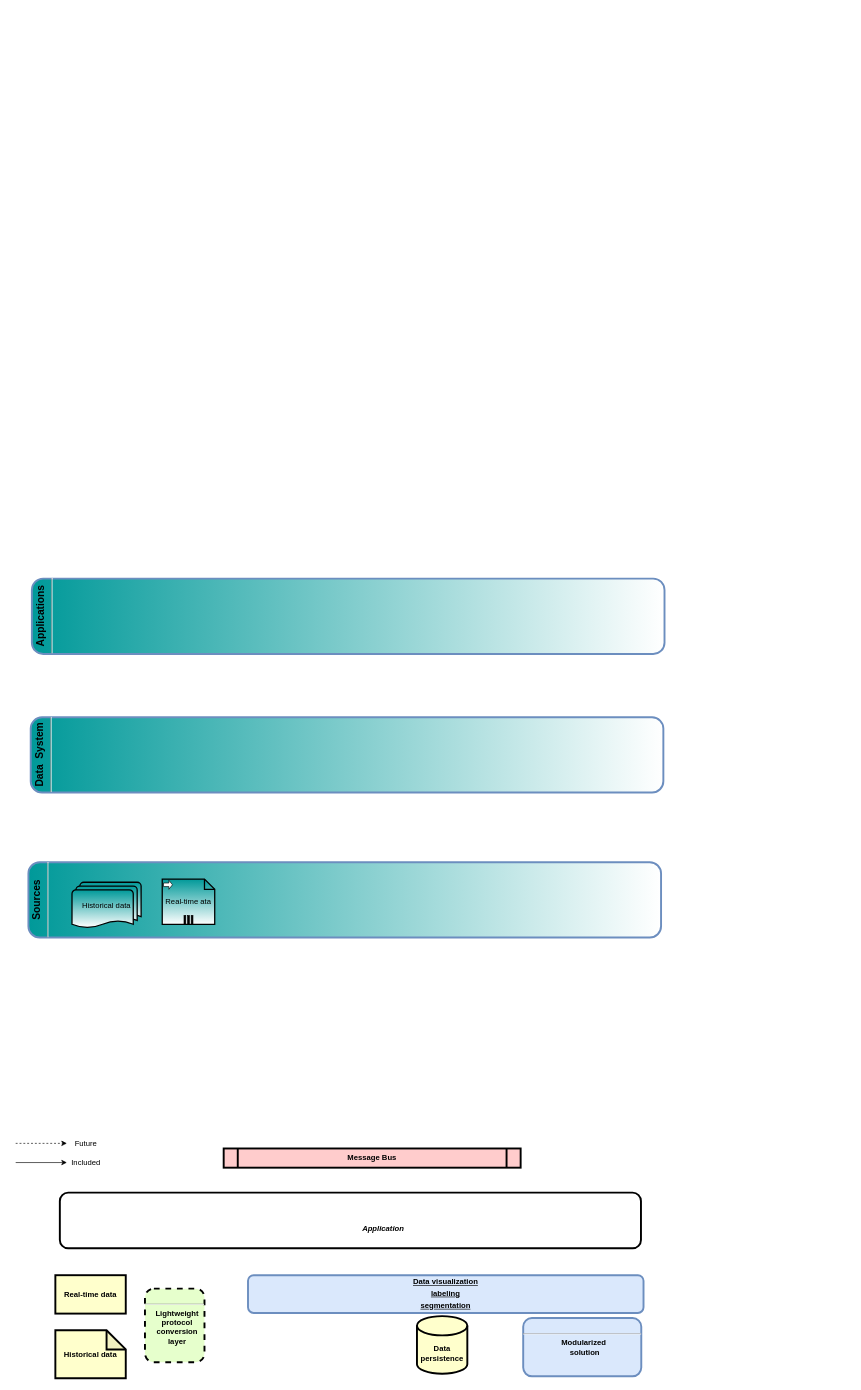
The draw.io diagram enhanced-data-flow.drawio in licongchao/Customized-Charts, before the edit. Source tidied: cells renumbered, new cells numbered last; positions are measured from the earlier drawing's top-left corner, leaving out a move shared by most shapes. Both pictures are drawn from the tidied source at 64%, with x=0, y=0 at pixel (15, 300).
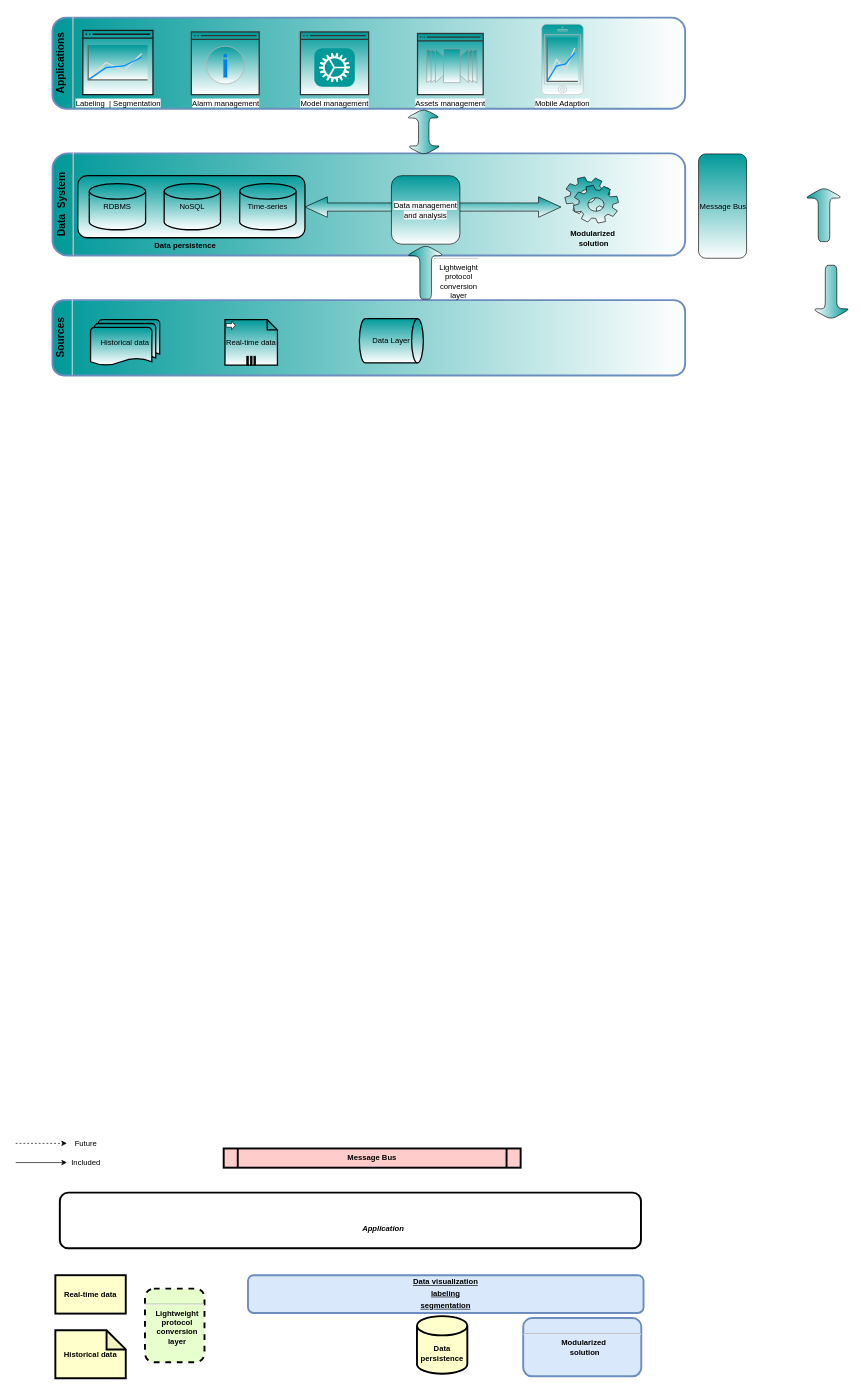
Above is the later version.

The edit, as a diff of the source:
```diff
@@
     <mxCell id="17" style="group;" parent="1" vertex="1">
-      <mxGeometry x="63" y="430" width="907.8" height="572" as="geometry" />
+      <mxGeometry x="97" y="-451" width="981.5" height="997" as="geometry" />
     </mxCell>
+    <mxCell id="19" value="&lt;p style=&quot;margin: 4px 0px 0px ; text-align: center ; font-size: 16px&quot;&gt;&lt;strong&gt;&lt;font style=&quot;font-size: 16px&quot;&gt;Data&amp;nbsp; System&lt;/font&gt;&lt;/strong&gt;&lt;/p&gt;&lt;hr style=&quot;font-size: 16px&quot;&gt;&lt;p style=&quot;margin: 0px 0px 0px 8px ; font-size: 16px&quot;&gt;&lt;br&gt;&lt;/p&gt;" style="verticalAlign=middle;align=center;overflow=fill;fontSize=12;fontFamily=Helvetica;html=1;rounded=1;fontStyle=1;strokeWidth=3;strokeColor=#6c8ebf;direction=west;rotation=-90;fillColor=#009999;gradientColor=#ffffff;gradientDirection=north;" parent="17" vertex="1">
+      <mxGeometry x="375" y="-192.3" width="159.7" height="988.5" as="geometry" />
+    </mxCell>
+    <mxCell id="21" style="endArrow=classic;startArrow=classic;html=1;strokeWidth=2;strokeColor=none;" parent="17" edge="1" source="20" target="18">
+      <mxGeometry relative="1" as="geometry" />
+    </mxCell>
+    <mxCell id="26" style="group;" parent="17" vertex="1">
+      <mxGeometry y="257" width="355" height="131" as="geometry" />
+    </mxCell>
+    <mxCell id="27" style="group;" parent="26" vertex="1">
+      <mxGeometry width="355" height="97" as="geometry" />
+    </mxCell>
+    <mxCell id="28" style="rounded=1;whiteSpace=wrap;html=1;strokeColor=#000000;strokeWidth=2;fillColor=#009999;gradientColor=#ffffff;" parent="27" vertex="1">
+      <mxGeometry width="355" height="97" as="geometry" />
+    </mxCell>
+    <mxCell id="29" style="group;" parent="27" vertex="1">
+      <mxGeometry x="18" y="12.5" width="323" height="72" as="geometry" />
+    </mxCell>
+    <mxCell id="30" value="RDBMS" style="strokeWidth=2;html=1;shape=mxgraph.flowchart.database;whiteSpace=wrap;rounded=1;fillColor=#009999;gradientColor=#ffffff;" parent="29" vertex="1">
+      <mxGeometry width="88" height="72" as="geometry" />
+    </mxCell>
+    <mxCell id="31" value="NoSQL" style="strokeWidth=2;html=1;shape=mxgraph.flowchart.database;whiteSpace=wrap;rounded=1;fillColor=#009999;gradientColor=#ffffff;" parent="29" vertex="1">
+      <mxGeometry x="117" width="88" height="72" as="geometry" />
+    </mxCell>
+    <mxCell id="32" value="Time-series" style="strokeWidth=2;html=1;shape=mxgraph.flowchart.database;whiteSpace=wrap;rounded=1;fillColor=#009999;gradientColor=#ffffff;" parent="29" vertex="1">
+      <mxGeometry x="235" width="88" height="72" as="geometry" />
+    </mxCell>
+    <mxCell id="33" value="&lt;p style=&quot;font-weight: 700 ; margin: 0px 0px 0px 8px&quot;&gt;&lt;b&gt;Data persistence&lt;/b&gt;&lt;br&gt;&lt;/p&gt;" style="text;html=1;strokeColor=none;fillColor=none;align=center;verticalAlign=middle;whiteSpace=wrap;rounded=0;" parent="26" vertex="1">
+      <mxGeometry x="94" y="88" width="140" height="43" as="geometry" />
+    </mxCell>
+    <mxCell id="34" style="html=1;shadow=0;dashed=0;align=center;verticalAlign=middle;shape=mxgraph.arrows2.twoWayArrow;dy=0.6;dx=35;rounded=1;strokeColor=#000000;strokeWidth=1;fillColor=#009999;gradientColor=#ffffff;" parent="17" vertex="1">
+      <mxGeometry x="355" y="290" width="400" height="32" as="geometry" />
+    </mxCell>
+    <mxCell id="35" style="group;" parent="17" vertex="1">
+      <mxGeometry x="-39.5" y="10" width="988.5" height="142.3" as="geometry" />
+    </mxCell>
-    <mxCell id="18" value="&lt;p style=&quot;margin: 4px 0px 0px ; text-align: center ; font-size: 16px&quot;&gt;&lt;strong&gt;&lt;font style=&quot;font-size: 16px&quot;&gt;Applications&lt;/font&gt;&lt;/strong&gt;&lt;/p&gt;&lt;hr style=&quot;font-size: 16px&quot;&gt;&lt;p style=&quot;margin: 0px 0px 0px 8px ; font-size: 16px&quot;&gt;&lt;br&gt;&lt;/p&gt;" style="verticalAlign=middle;align=center;overflow=fill;fontSize=12;fontFamily=Helvetica;html=1;rounded=1;fontStyle=1;strokeWidth=3;strokeColor=#6c8ebf;direction=west;rotation=-90;fillColor=#009999;gradientColor=#ffffff;gradientDirection=north;" parent="17" vertex="1">
-      <mxGeometry x="397.7" y="-429.8" width="117.7" height="988.5" as="geometry" />
+    <mxCell id="18" value="&lt;p style=&quot;margin: 4px 0px 0px ; text-align: center ; font-size: 16px&quot;&gt;&lt;strong&gt;&lt;font style=&quot;font-size: 16px&quot;&gt;Applications&lt;/font&gt;&lt;/strong&gt;&lt;/p&gt;&lt;hr style=&quot;font-size: 16px&quot;&gt;&lt;p style=&quot;margin: 0px 0px 0px 8px ; font-size: 16px&quot;&gt;&lt;br&gt;&lt;/p&gt;" style="verticalAlign=middle;align=center;overflow=fill;fontSize=12;fontFamily=Helvetica;html=1;rounded=1;fontStyle=1;strokeWidth=3;strokeColor=#6c8ebf;direction=west;rotation=-90;fillColor=#009999;gradientColor=#ffffff;gradientDirection=north;" parent="35" vertex="1">
+      <mxGeometry x="423.1" y="-423.1" width="142.3" height="988.5" as="geometry" />
     </mxCell>
-    <mxCell id="19" value="&lt;p style=&quot;margin: 4px 0px 0px ; text-align: center ; font-size: 16px&quot;&gt;&lt;strong&gt;&lt;font style=&quot;font-size: 16px&quot;&gt;Data&amp;nbsp; System&lt;/font&gt;&lt;/strong&gt;&lt;/p&gt;&lt;hr style=&quot;font-size: 16px&quot;&gt;&lt;p style=&quot;margin: 0px 0px 0px 8px ; font-size: 16px&quot;&gt;&lt;br&gt;&lt;/p&gt;" style="verticalAlign=middle;align=center;overflow=fill;fontSize=12;fontFamily=Helvetica;html=1;rounded=1;fontStyle=1;strokeWidth=3;strokeColor=#6c8ebf;direction=west;rotation=-90;fillColor=#009999;gradientColor=#ffffff;gradientDirection=north;" parent="17" vertex="1">
-      <mxGeometry x="395.9" y="-213.2" width="117.7" height="988.5" as="geometry" />
-    </mxCell>
+    <mxCell id="36" style="group;" parent="35" vertex="1">
+      <mxGeometry x="47.4" y="20" width="109.6" height="100.4" as="geometry" />
+    </mxCell>
+    <mxCell id="37" value="Labeling&amp;nbsp; | Segmentation" style="html=1;verticalLabelPosition=bottom;align=center;labelBackgroundColor=#ffffff;verticalAlign=top;strokeWidth=2;shadow=0;dashed=0;shape=mxgraph.ios7.icons.window;rounded=1;fillColor=#009999;gradientColor=#ffffff;strokeColor=#1A1A1A;" parent="36" vertex="1">
+      <mxGeometry width="109.6" height="100.4" as="geometry" />
+    </mxCell>
+    <mxCell id="38" style="verticalLabelPosition=bottom;shadow=0;dashed=0;align=center;html=1;verticalAlign=top;strokeWidth=1;shape=mxgraph.mockup.graphics.lineChart;strokeColor=none;strokeColor2=#666666;strokeColor3=#008cff;strokeColor4=#dddddd;rounded=1;fillColor=#009999;gradientColor=#ffffff;" parent="36" vertex="1">
+      <mxGeometry x="8.4" y="23" width="92.8" height="54.3" as="geometry" />
+    </mxCell>
+    <mxCell id="39" style="group;" parent="35" vertex="1">
+      <mxGeometry x="217" y="22.4" width="106" height="98" as="geometry" />
+    </mxCell>
+    <mxCell id="40" value="Alarm management" style="html=1;verticalLabelPosition=bottom;align=center;labelBackgroundColor=#ffffff;verticalAlign=top;strokeWidth=2;shadow=0;dashed=0;shape=mxgraph.ios7.icons.window;rounded=1;fillColor=#009999;gradientColor=#ffffff;strokeColor=#333333;" parent="39" vertex="1">
+      <mxGeometry width="106" height="98" as="geometry" />
+    </mxCell>
+    <mxCell id="41" style="html=1;verticalLabelPosition=bottom;labelBackgroundColor=#ffffff;verticalAlign=top;shadow=0;dashed=0;strokeWidth=2;shape=mxgraph.ios7.misc.info;rounded=1;fillColor=#009999;gradientColor=#ffffff;strokeColor=#B3B3B3;" parent="39" vertex="1">
+      <mxGeometry x="23.2" y="22.3" width="59.6" height="59" as="geometry" />
+    </mxCell>
+    <mxCell id="42" style="group;" parent="35" vertex="1">
+      <mxGeometry x="387.4" y="22.4" width="106.6" height="98" as="geometry" />
+    </mxCell>
+    <mxCell id="43" value="Model management" style="html=1;verticalLabelPosition=bottom;align=center;labelBackgroundColor=#ffffff;verticalAlign=top;strokeWidth=2;shadow=0;dashed=0;shape=mxgraph.ios7.icons.window;rounded=1;fillColor=#009999;gradientColor=#ffffff;strokeColor=#333333;" parent="42" vertex="1">
+      <mxGeometry width="106.6" height="98" as="geometry" />
+    </mxCell>
+    <mxCell id="44" style="html=1;strokeWidth=1;shadow=0;dashed=0;shape=mxgraph.ios7.misc.settings;strokeColor=none;buttonText=;strokeColor2=#222222;fontColor=#222222;fontSize=8;verticalLabelPosition=bottom;verticalAlign=top;align=center;rounded=1;fillColor=#009999;" parent="42" vertex="1">
+      <mxGeometry x="21.7" y="25.6" width="63.3" height="60.1" as="geometry" />
+    </mxCell>
+    <mxCell id="45" style="group;" parent="35" vertex="1">
+      <mxGeometry x="570.4" y="24.8" width="102.6" height="95.6" as="geometry" />
+    </mxCell>
+    <mxCell id="46" value="Assets management" style="html=1;verticalLabelPosition=bottom;align=center;labelBackgroundColor=#ffffff;verticalAlign=top;strokeWidth=2;shadow=0;dashed=0;shape=mxgraph.ios7.icons.window;rounded=1;fillColor=#009999;gradientColor=#ffffff;strokeColor=#333333;" parent="45" vertex="1">
+      <mxGeometry width="102.6" height="95.6" as="geometry" />
+    </mxCell>
+    <mxCell id="47" style="verticalLabelPosition=bottom;shadow=0;dashed=0;align=center;html=1;verticalAlign=top;strokeWidth=1;shape=mxgraph.mockup.navigation.coverFlow;strokeColor=#999999;rounded=1;gradientColor=#ffffff;fillColor=#009999;" parent="45" vertex="1">
+      <mxGeometry x="13.9" y="23.9" width="79.1" height="53.2" as="geometry" />
+    </mxCell>
+    <mxCell id="48" style="group;strokeWidth=1;" parent="35" vertex="1">
+      <mxGeometry x="764.4" y="10.4" width="65" height="110" as="geometry" />
+    </mxCell>
+    <mxCell id="49" value="Mobile Adaption" style="html=1;verticalLabelPosition=bottom;labelBackgroundColor=#ffffff;verticalAlign=top;shadow=0;dashed=0;strokeWidth=1;shape=mxgraph.ios7.misc.iphone;strokeColor=#c0c0c0;rounded=1;fillColor=#009999;gradientColor=#ffffff;" parent="48" vertex="1">
+      <mxGeometry width="65" height="110" as="geometry" />
+    </mxCell>
+    <mxCell id="50" style="verticalLabelPosition=bottom;shadow=0;dashed=0;align=center;html=1;verticalAlign=top;strokeWidth=1;shape=mxgraph.mockup.graphics.lineChart;strokeColor=none;strokeColor2=#666666;strokeColor3=#008cff;strokeColor4=#dddddd;rounded=1;fillColor=#009999;gradientColor=#ffffff;" parent="48" vertex="1">
+      <mxGeometry x="8.5" y="20.6" width="48" height="68.8" as="geometry" />
+    </mxCell>
+    <mxCell id="51" style="group;" parent="17" vertex="1">
+      <mxGeometry x="-39.5" y="451.4" width="1021" height="117.7" as="geometry" />
+    </mxCell>
-    <mxCell id="20" value="&lt;p style=&quot;margin: 4px 0px 0px ; text-align: center ; font-size: 14px&quot;&gt;&lt;strong&gt;&lt;font style=&quot;font-size: 16px&quot;&gt;Sources&lt;/font&gt;&lt;/strong&gt;&lt;/p&gt;&lt;hr style=&quot;font-size: 14px&quot;&gt;&lt;p style=&quot;margin: 0px 0px 0px 8px ; font-size: 14px&quot;&gt;&lt;br&gt;&lt;/p&gt;" style="verticalAlign=middle;align=center;overflow=fill;fontSize=12;fontFamily=Helvetica;html=1;rounded=1;fontStyle=1;strokeWidth=3;strokeColor=#6c8ebf;direction=west;rotation=-90;fillColor=#009999;gradientColor=#ffffff;gradientDirection=north;" parent="17" vertex="1">
-      <mxGeometry x="392.3" y="13.3" width="117.7" height="988.5" as="geometry" />
+    <mxCell id="20" value="&lt;p style=&quot;margin: 4px 0px 0px ; text-align: center ; font-size: 14px&quot;&gt;&lt;strong&gt;&lt;font style=&quot;font-size: 16px&quot;&gt;Sources&lt;/font&gt;&lt;/strong&gt;&lt;/p&gt;&lt;hr style=&quot;font-size: 14px&quot;&gt;&lt;p style=&quot;margin: 0px 0px 0px 8px ; font-size: 14px&quot;&gt;&lt;br&gt;&lt;/p&gt;" style="verticalAlign=middle;align=center;overflow=fill;fontSize=12;fontFamily=Helvetica;html=1;rounded=1;fontStyle=1;strokeWidth=3;strokeColor=#6c8ebf;direction=west;rotation=-90;fillColor=#009999;gradientColor=#ffffff;gradientDirection=north;" parent="51" vertex="1">
+      <mxGeometry x="435.4" y="-435.4" width="117.7" height="988.5" as="geometry" />
     </mxCell>
-    <mxCell id="21" style="endArrow=classic;startArrow=classic;html=1;strokeWidth=2;strokeColor=none;" parent="17" edge="1" source="20" target="18">
-      <mxGeometry relative="1" as="geometry" />
-    </mxCell>
-    <mxCell id="22" value="Historical data" style="strokeWidth=2;html=1;shape=mxgraph.flowchart.multi-document;whiteSpace=wrap;rounded=1;fillColor=#009999;gradientColor=#ffffff;" parent="17" vertex="1">
-      <mxGeometry x="25" y="480" width="108" height="72" as="geometry" />
+    <mxCell id="22" value="Historical data" style="strokeWidth=2;html=1;shape=mxgraph.flowchart.multi-document;whiteSpace=wrap;rounded=1;fillColor=#009999;gradientColor=#ffffff;" parent="51" vertex="1">
+      <mxGeometry x="59.5" y="30.6" width="108" height="72" as="geometry" />
     </mxCell>
-    <mxCell id="23" value="Real-time ata" style="shape=note;whiteSpace=wrap;size=16;html=1;rounded=1;strokeWidth=2;fillColor=#009999;gradientColor=#ffffff;" parent="17" vertex="1">
-      <mxGeometry x="166" y="475" width="82" height="71" as="geometry" />
+    <mxCell id="23" value="Real-time data" style="shape=note;whiteSpace=wrap;size=16;html=1;rounded=1;strokeWidth=2;fillColor=#009999;gradientColor=#ffffff;" parent="51" vertex="1">
+      <mxGeometry x="269.5" y="30.6" width="82" height="71" as="geometry" />
     </mxCell>
@@
+    <mxCell id="52" value="Data Layer" style="strokeWidth=2;html=1;shape=mxgraph.flowchart.direct_data;whiteSpace=wrap;rounded=1;fillColor=#009999;gradientColor=#ffffff;" parent="51" vertex="1">
+      <mxGeometry x="479.5" y="28.9" width="100" height="69.1" as="geometry" />
+    </mxCell>
+    <mxCell id="53" style="shape=singleArrow;direction=north;whiteSpace=wrap;html=1;rounded=1;strokeColor=#000000;strokeWidth=1;fillColor=#009999;gradientColor=#ffffff;" parent="17" vertex="1">
+      <mxGeometry x="513.6" y="365" width="60" height="85" as="geometry" />
+    </mxCell>
+    <mxCell id="54" value="&#10;&#10;&lt;br class=&quot;Apple-interchange-newline&quot;&gt;&lt;hr&gt;&lt;p style=&quot;margin: 0px 0px 0px 8px&quot;&gt;Lightweight&lt;/p&gt;&lt;p style=&quot;margin: 0px 0px 0px 8px&quot;&gt;protocol&lt;/p&gt;&lt;p style=&quot;margin: 0px 0px 0px 8px&quot;&gt;conversion&lt;/p&gt;&lt;p style=&quot;margin: 0px 0px 0px 8px&quot;&gt;layer&lt;/p&gt;&lt;p style=&quot;margin: 0px 0px 0px 8px&quot;&gt;&lt;br style=&quot;color: rgb(0, 0, 0); font-family: helvetica; font-size: 12px; font-style: normal; font-weight: 700; letter-spacing: normal; text-align: center; text-indent: 0px; text-transform: none; word-spacing: 0px; background-color: rgb(248, 249, 250);&quot;&gt;&#10;&#10;&lt;/p&gt;" style="text;html=1;strokeColor=none;fillColor=none;align=center;verticalAlign=middle;whiteSpace=wrap;rounded=0;" parent="17" vertex="1">
+      <mxGeometry x="505" y="388" width="173" height="54.6" as="geometry" />
+    </mxCell>
+    <mxCell id="55" value="&#10;&#10;&lt;span style=&quot;color: rgb(0, 0, 0); font-family: helvetica; font-size: 12px; font-style: normal; font-weight: 400; letter-spacing: normal; text-align: center; text-indent: 0px; text-transform: none; word-spacing: 0px; background-color: rgb(248, 249, 250); display: inline; float: none;&quot;&gt;Data management and analysis&lt;/span&gt;&#10;&#10;" style="whiteSpace=wrap;html=1;rounded=1;strokeColor=#000000;strokeWidth=1;fillColor=#009999;gradientColor=#ffffff;" parent="17" vertex="1">
+      <mxGeometry x="490.1" y="257" width="107" height="107" as="geometry" />
+    </mxCell>
+    <mxCell id="56" style="group;" parent="17" vertex="1">
+      <mxGeometry x="761" y="259" width="84" height="117" as="geometry" />
+    </mxCell>
+    <mxCell id="57" style="shape=mxgraph.bpmn.service_task;html=1;rounded=1;strokeColor=#000000;strokeWidth=1;fillColor=#009999;gradientColor=#ffffff;" parent="56" vertex="1">
+      <mxGeometry width="84" height="72" as="geometry" />
+    </mxCell>
+    <mxCell id="58" value="&lt;p style=&quot;font-weight: 700 ; margin: 0px 0px 0px 8px&quot;&gt;Modularized&amp;nbsp;&lt;/p&gt;&lt;p style=&quot;font-weight: 700 ; margin: 0px 0px 0px 8px&quot;&gt;solution&lt;/p&gt;" style="text;html=1;strokeColor=none;fillColor=none;align=center;verticalAlign=middle;whiteSpace=wrap;rounded=0;" parent="56" vertex="1">
+      <mxGeometry x="1" y="74" width="81" height="43" as="geometry" />
+    </mxCell>
+    <mxCell id="59" style="shape=doubleArrow;direction=south;whiteSpace=wrap;html=1;rounded=1;strokeColor=#000000;strokeWidth=1;fillColor=#009999;gradientColor=#ffffff;" parent="17" vertex="1">
+      <mxGeometry x="513.6" y="152.3" width="54" height="72.7" as="geometry" />
+    </mxCell>
+    <mxCell id="60" value="&lt;div style=&quot;text-align: justify&quot;&gt;&lt;span&gt;Message Bus&lt;/span&gt;&lt;br&gt;&lt;/div&gt;" style="html=1;perimeter=orthogonalPerimeter;rounded=1;strokeColor=#000000;strokeWidth=1;fillColor=#009999;gradientColor=#ffffff;" parent="1" vertex="1">
+      <mxGeometry x="1067" y="-228" width="75" height="163" as="geometry" />
+    </mxCell>
+    <mxCell id="61" style="shape=singleArrow;direction=north;whiteSpace=wrap;html=1;rounded=1;strokeColor=#000000;strokeWidth=1;fillColor=#009999;gradientColor=#ffffff;verticalAlign=middle;" parent="1" vertex="1">
+      <mxGeometry x="1233" y="-176" width="60" height="85" as="geometry" />
+    </mxCell>
+    <mxCell id="62" style="shape=singleArrow;direction=north;whiteSpace=wrap;html=1;rounded=1;strokeColor=#000000;strokeWidth=1;fillColor=#009999;gradientColor=#ffffff;rotation=-180;" parent="1" vertex="1">
+      <mxGeometry x="1244" y="-54" width="60" height="85" as="geometry" />
+    </mxCell>
```
